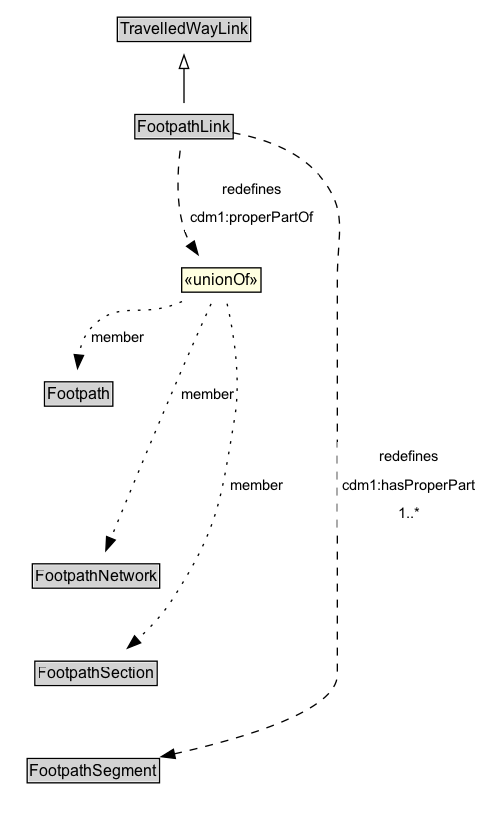
Before: docs/diagrams/FootpathLink.dot.png, a diagram exported from Graphviz (ISO-TC204/ontology-cdm-p3-v1). Its source is kept beside it as docs/diagrams/FootpathLink.dot.
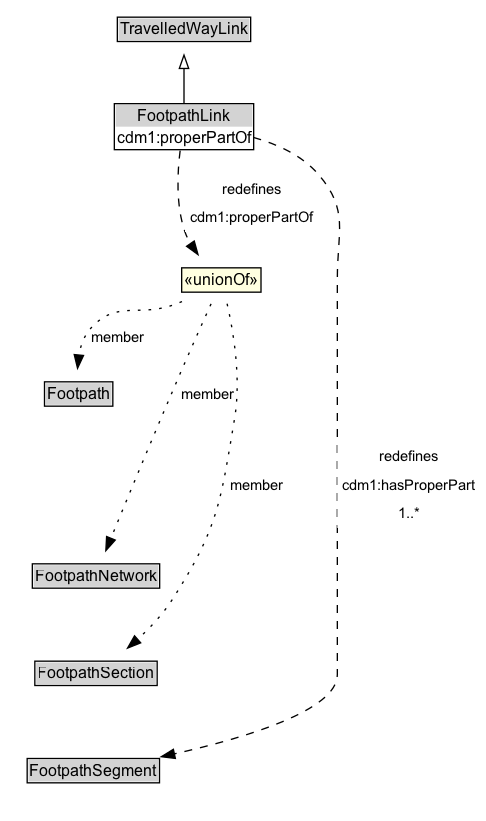
Above is the later version.

Diff of the diagram source:
```diff
@@ -6,7 +6,7 @@
 		rank=source
 		TravelledWayLink [label=<<TABLE BORDER="1" CELLBORDER="0" CELLSPACING="0" CELLPADDING="1"><TR><TD BGCOLOR="lightgray" ALIGN="CENTER">TravelledWayLink</TD></TR></TABLE>> URL="../TravelledWayLink" margin=0]
 	}
-	FootpathLink [label=<<TABLE BORDER="1" CELLBORDER="0" CELLSPACING="0" CELLPADDING="1"><TR><TD BGCOLOR="lightgray" ALIGN="CENTER">FootpathLink</TD></TR></TABLE>> URL="../FootpathLink" margin=0]
+	FootpathLink [label=<<TABLE BORDER="1" CELLBORDER="0" CELLSPACING="0" CELLPADDING="1"><TR><TD BGCOLOR="lightgray" ALIGN="CENTER">FootpathLink</TD></TR><TR><TD ALIGN="LEFT">cdm1:properPartOf</TD></TR></TABLE>> URL="../FootpathLink" margin=0]
 	{
 		rank=max
 	}
@@ -26,12 +26,12 @@
 	FootpathSection -> FootpathSegment [style=invis]
 	FootpathSegment [label=<<TABLE BORDER="1" CELLBORDER="0" CELLSPACING="0" CELLPADDING="1"><TR><TD BGCOLOR="lightgray" ALIGN="CENTER">FootpathSegment</TD></TR></TABLE>> URL="../FootpathSegment" margin=0]
 	FootpathLink -> FootpathSegment [label=<<TABLE BORDER="0" CELLBORDER="0" CELLSPACING="0" CELLPADDING="4" BGCOLOR="white"><TR><TD ALIGN="CENTER">redefines</TD></TR><TR><TD ALIGN="CENTER">cdm1:hasProperPart</TD></TR><TR><TD ALIGN="CENTER">1..*</TD></TR></TABLE>> arrowhead=normal style=dashed]
-	nc63d9aeea9c24785938b813312b70530b8 [label=<<TABLE BORDER="1" CELLBORDER="0" CELLSPACING="0" CELLPADDING="1" BGCOLOR="lightyellow"><TR><TD ALIGN="CENTER">«unionOf»</TD></TR></TABLE>> margin=0]
+	n66601a8392594191afae18867b22fe37b8 [label=<<TABLE BORDER="1" CELLBORDER="0" CELLSPACING="0" CELLPADDING="1" BGCOLOR="lightyellow"><TR><TD ALIGN="CENTER">«unionOf»</TD></TR></TABLE>> margin=0]
 	Footpath [label=<<TABLE BORDER="1" CELLBORDER="0" CELLSPACING="0" CELLPADDING="1"><TR><TD BGCOLOR="lightgray" ALIGN="CENTER">Footpath</TD></TR></TABLE>> URL="../Footpath" margin=0]
-	nc63d9aeea9c24785938b813312b70530b8 -> Footpath [label=member arrowhead=normal style=dotted]
+	n66601a8392594191afae18867b22fe37b8 -> Footpath [label=member arrowhead=normal style=dotted]
 	FootpathNetwork [label=<<TABLE BORDER="1" CELLBORDER="0" CELLSPACING="0" CELLPADDING="1"><TR><TD BGCOLOR="lightgray" ALIGN="CENTER">FootpathNetwork</TD></TR></TABLE>> URL="../FootpathNetwork" margin=0]
-	nc63d9aeea9c24785938b813312b70530b8 -> FootpathNetwork [label=member arrowhead=normal style=dotted]
+	n66601a8392594191afae18867b22fe37b8 -> FootpathNetwork [label=member arrowhead=normal style=dotted]
 	FootpathSection [label=<<TABLE BORDER="1" CELLBORDER="0" CELLSPACING="0" CELLPADDING="1"><TR><TD BGCOLOR="lightgray" ALIGN="CENTER">FootpathSection</TD></TR></TABLE>> URL="../FootpathSection" margin=0]
-	nc63d9aeea9c24785938b813312b70530b8 -> FootpathSection [label=member arrowhead=normal style=dotted]
-	FootpathLink -> nc63d9aeea9c24785938b813312b70530b8 [label=<<TABLE BORDER="0" CELLBORDER="0" CELLSPACING="0" CELLPADDING="4" BGCOLOR="white"><TR><TD ALIGN="CENTER">redefines</TD></TR><TR><TD ALIGN="CENTER">cdm1:properPartOf</TD></TR></TABLE>> arrowhead=normal style=dashed]
+	n66601a8392594191afae18867b22fe37b8 -> FootpathSection [label=member arrowhead=normal style=dotted]
+	FootpathLink -> n66601a8392594191afae18867b22fe37b8 [label=<<TABLE BORDER="0" CELLBORDER="0" CELLSPACING="0" CELLPADDING="4" BGCOLOR="white"><TR><TD ALIGN="CENTER">redefines</TD></TR><TR><TD ALIGN="CENTER">cdm1:properPartOf</TD></TR></TABLE>> arrowhead=normal style=dashed]
 }
```
